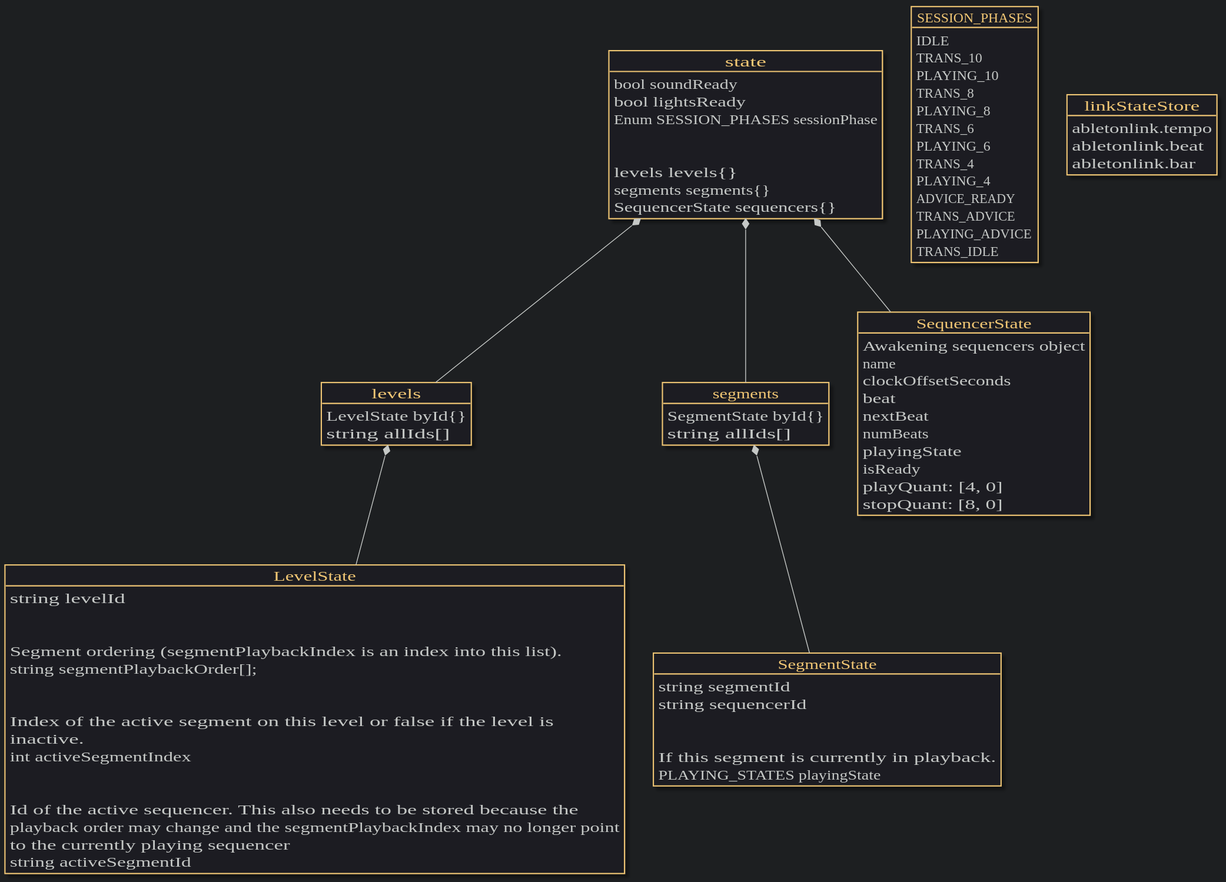
The PlantUML diagram docs/data_model.svg in awakeningio/owa, before a commit.
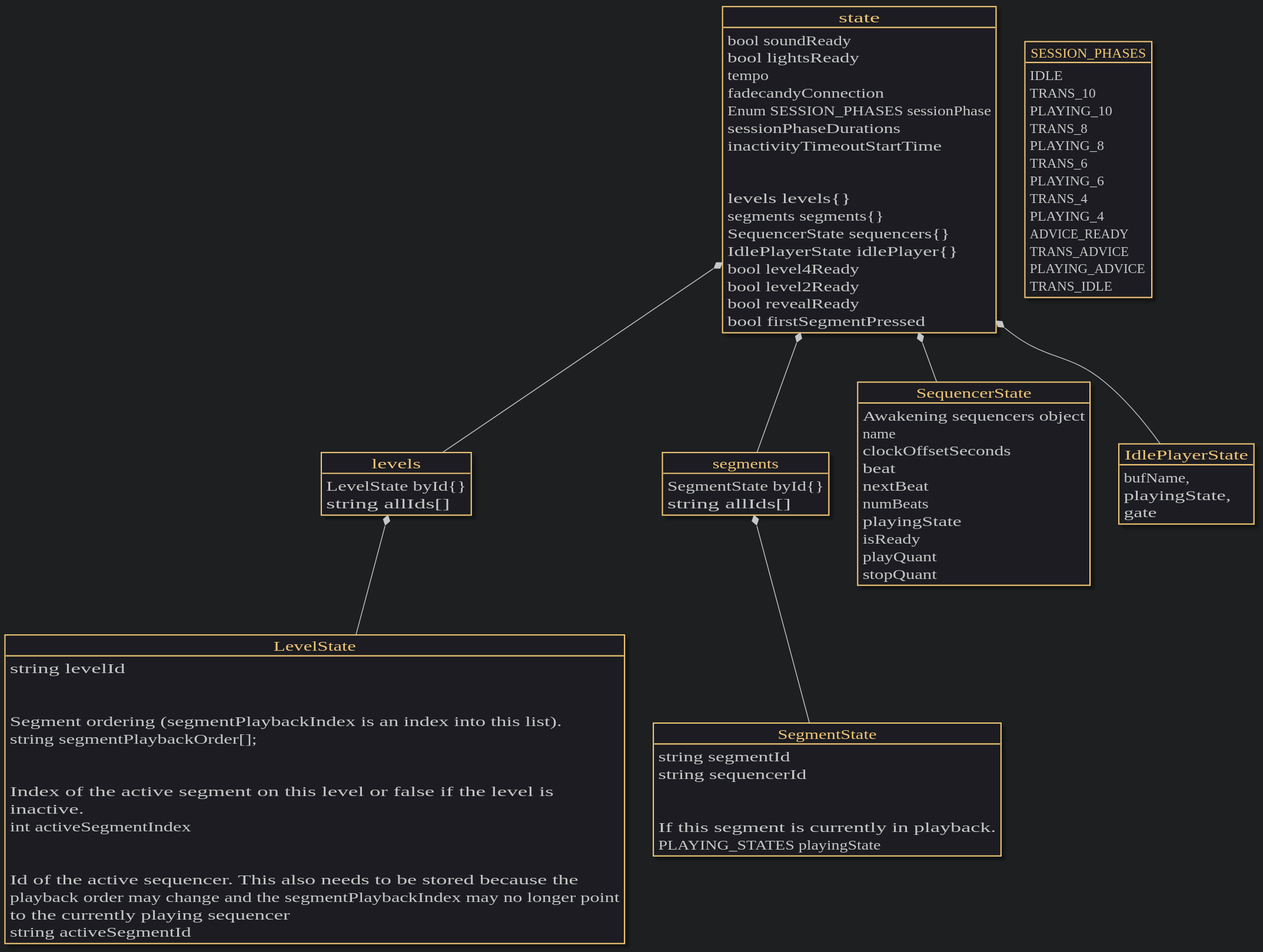
After the commit.

Commit message:
some updates, renamed for better plantuml best practices

What changed in the source:
```diff
@@ -48,12 +48,20 @@
 object state {
   bool soundReady
   bool lightsReady
+  tempo
+  fadecandyConnection
   Enum SESSION_PHASES sessionPhase
+  sessionPhaseDurations
+  inactivityTimeoutStartTime
   \n
   levels levels{}
   segments segments{}
-
   SequencerState sequencers{}
+  IdlePlayerState idlePlayer{}
+  bool level4Ready
+  bool level2Ready
+  bool revealReady
+  bool firstSegmentPressed
 }
 
 object levels {
@@ -110,12 +118,6 @@
   string activeSegmentId
 }
 
-object linkStateStore {
-  abletonlink.tempo
-  abletonlink.beat
-  abletonlink.bar
-}
-
 object SequencerState {
   Awakening sequencers object
 
@@ -126,9 +128,17 @@
   numBeats
   playingState
   isReady
-  playQuant: [4, 0]
-  stopQuant: [8, 0]
+  playQuant
+  stopQuant
 }
 state *-- SequencerState
 
+object IdlePlayerState {
+  bufName,
+  playingState,
+  gate
+}
+state *-- IdlePlayerState
+
+
 @enduml
```
